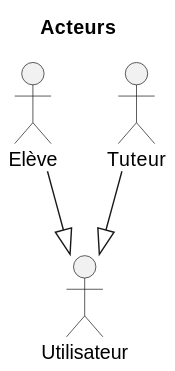
This is docs/diagrams/actors/actors.svg from KMBCL/P3_specifications, a PlantUML export, as it was before one commit.
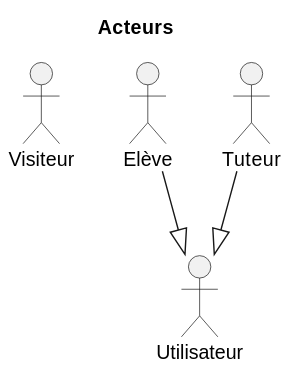
The same file after the commit.

Commit message:
- added visitor to actors description - fixed actor daigram - authentifcation review - communication review

What changed in the source:
```diff
@@ -1,10 +1,14 @@
 @startuml
 title Acteurs
+
+
+actor "Visiteur" as visitor
 
 !include /specifications/docs/diagrams/actors/common.puml
 
 actor "Utilisateur" as user
 
+
 student --|> user
 tutor --|> user
 @enduml
```
